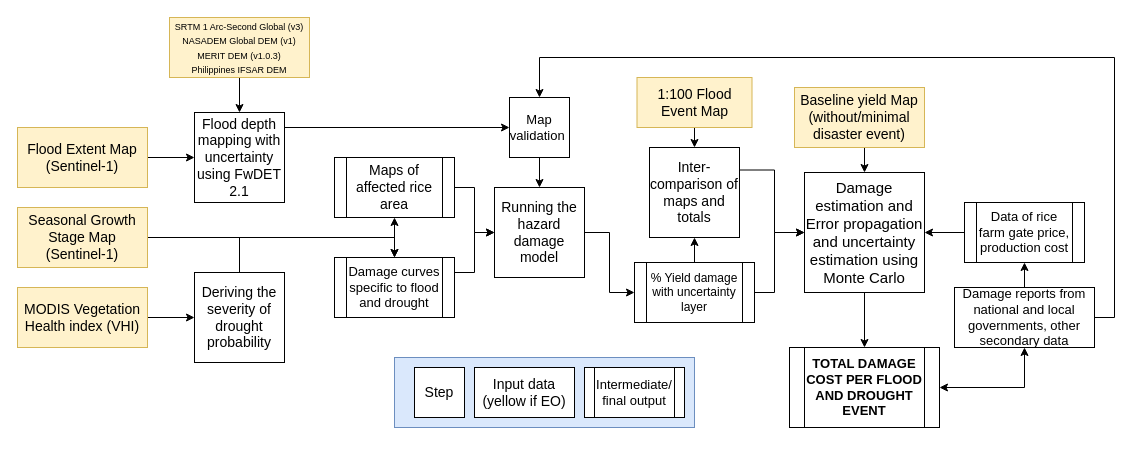
This is fd.drawio from arnanaraza/diagrams, a draw.io file, before an edit. Source tidied: cells renumbered, new cells numbered last; positions are measured from the earlier drawing's top-left corner, leaving out a move shared by most shapes. Both pictures are drawn from the tidied source at 100%, with x=0, y=0 at pixel (17, 17).
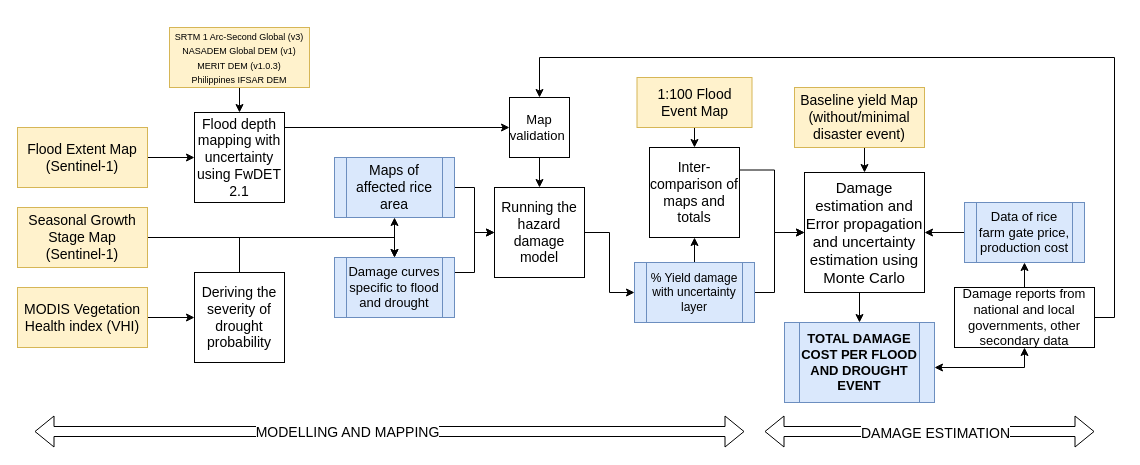
Above is the later version.

Unchanged cells that the change refers to:
```xml
<mxCell id="31" value="&lt;font style=&quot;font-size: 13px;&quot;&gt;Damage reports from national and local governments, other secondary data&lt;/font&gt;" style="rounded=0;whiteSpace=wrap;html=1;" parent="1" vertex="1">
  <mxGeometry x="937" y="270" width="140" height="60" as="geometry" />
</mxCell>
```

What changed in the source:
```diff
@@
     <mxCell id="10" value="&lt;div&gt;&lt;font style=&quot;font-size: 9px;&quot;&gt;SRTM 1 Arc-Second Global (v3)&lt;/font&gt;&lt;/div&gt;&lt;div&gt;&lt;font style=&quot;font-size: 9px;&quot;&gt;NASADEM Global DEM (v1)&lt;/font&gt;&lt;/div&gt;&lt;div&gt;&lt;font style=&quot;font-size: 9px;&quot;&gt;MERIT DEM (v1.0.3)&lt;/font&gt;&lt;/div&gt;&lt;div&gt;&lt;font style=&quot;font-size: 9px;&quot;&gt;Philippines IFSAR DEM&lt;/font&gt;&lt;/div&gt;" style="rounded=0;whiteSpace=wrap;html=1;fillColor=#fff2cc;strokeColor=#d6b656;" parent="1" vertex="1">
-      <mxGeometry x="152" width="140" height="60" as="geometry" />
+      <mxGeometry x="152" y="10" width="140" height="60" as="geometry" />
     </mxCell>
@@
-    <mxCell id="16" value="&lt;font style=&quot;font-size: 13px;&quot;&gt;Damage curves specific to flood and drought&lt;/font&gt;" style="shape=process;whiteSpace=wrap;html=1;backgroundOutline=1;" parent="1" vertex="1">
+    <mxCell id="16" value="&lt;font style=&quot;font-size: 13px;&quot;&gt;Damage curves specific to flood and drought&lt;/font&gt;" style="shape=process;whiteSpace=wrap;html=1;backgroundOutline=1;fillColor=#dae8fc;strokeColor=#6c8ebf;" parent="1" vertex="1">
       <mxGeometry x="317" y="240" width="120" height="60" as="geometry" />
     </mxCell>
@@
-    <mxCell id="20" value="&lt;font style=&quot;font-size: 14px;&quot;&gt;Maps of affected rice area&lt;/font&gt;" style="shape=process;whiteSpace=wrap;html=1;backgroundOutline=1;" parent="1" vertex="1">
+    <mxCell id="20" value="&lt;font style=&quot;font-size: 14px;&quot;&gt;Maps of affected rice area&lt;/font&gt;" style="shape=process;whiteSpace=wrap;html=1;backgroundOutline=1;fillColor=#dae8fc;strokeColor=#6c8ebf;" parent="1" vertex="1">
       <mxGeometry x="317" y="140" width="120" height="60" as="geometry" />
     </mxCell>
@@
-    <mxCell id="23" value="&lt;font&gt;% Yield damage with uncertainty layer&lt;/font&gt;" style="shape=process;whiteSpace=wrap;html=1;backgroundOutline=1;" parent="1" vertex="1">
+    <mxCell id="23" value="&lt;font&gt;% Yield damage with uncertainty layer&lt;/font&gt;" style="shape=process;whiteSpace=wrap;html=1;backgroundOutline=1;fillColor=#dae8fc;strokeColor=#6c8ebf;" parent="1" vertex="1">
       <mxGeometry x="617" y="245" width="120" height="60" as="geometry" />
     </mxCell>
@@
-    <mxCell id="28" style="edgeStyle=orthogonalEdgeStyle;rounded=0;jettySize=auto;html=1;exitX=0.5;exitY=1;exitDx=0;exitDy=0;entryX=1;entryY=0.5;entryDx=0;entryDy=0;startArrow=classic;startFill=1;" parent="1" edge="1" source="31" target="34">
-      <mxGeometry relative="1" as="geometry" />
+    <mxCell id="28" style="edgeStyle=orthogonalEdgeStyle;rounded=0;jettySize=auto;html=1;exitX=0.5;exitY=1;exitDx=0;exitDy=0;startArrow=classic;startFill=1;" parent="1" edge="1" source="31" target="34">
+      <mxGeometry relative="1" as="geometry">
+        <Array as="points">
+          <mxPoint x="1007" y="350" />
+        </Array>
+      </mxGeometry>
     </mxCell>
@@
-    <mxCell id="33" value="&lt;font style=&quot;font-size: 13px;&quot;&gt;Data of rice farm gate price, production cost&lt;/font&gt;" style="shape=process;whiteSpace=wrap;html=1;backgroundOutline=1;" parent="1" vertex="1">
+    <mxCell id="33" value="&lt;font style=&quot;font-size: 13px;&quot;&gt;Data of rice farm gate price, production cost&lt;/font&gt;" style="shape=process;whiteSpace=wrap;html=1;backgroundOutline=1;fillColor=#dae8fc;strokeColor=#6c8ebf;" parent="1" vertex="1">
       <mxGeometry x="947" y="185" width="120" height="60" as="geometry" />
     </mxCell>
-    <mxCell id="34" value="&lt;font style=&quot;font-size: 13px;&quot;&gt;&lt;b&gt;TOTAL DAMAGE COST PER FLOOD AND DROUGHT EVENT&lt;/b&gt;&lt;/font&gt;" style="shape=process;whiteSpace=wrap;html=1;backgroundOutline=1;" parent="1" vertex="1">
-      <mxGeometry x="772" y="330" width="150" height="80" as="geometry" />
+    <mxCell id="34" value="&lt;font style=&quot;font-size: 13px;&quot;&gt;&lt;b&gt;TOTAL DAMAGE COST PER FLOOD AND DROUGHT EVENT&lt;/b&gt;&lt;/font&gt;" style="shape=process;whiteSpace=wrap;html=1;backgroundOutline=1;fillColor=#dae8fc;strokeColor=#6c8ebf;" parent="1" vertex="1">
+      <mxGeometry x="767" y="305" width="150" height="80" as="geometry" />
     </mxCell>
@@
-    <mxCell id="37" style="group;" parent="1" vertex="1">
-      <mxGeometry x="377" y="340" width="300" height="70" as="geometry" />
-    </mxCell>
-    <mxCell id="38" style="rounded=0;whiteSpace=wrap;html=1;labelBackgroundColor=default;fillColor=#dae8fc;strokeColor=#6c8ebf;" parent="37" vertex="1">
-      <mxGeometry width="300" height="70" as="geometry" />
-    </mxCell>
-    <mxCell id="39" value="&lt;font style=&quot;font-size: 14px;&quot;&gt;Input data (yellow if EO)&lt;/font&gt;" style="rounded=0;whiteSpace=wrap;html=1;" parent="37" vertex="1">
-      <mxGeometry x="80" y="10" width="100" height="50" as="geometry" />
-    </mxCell>
-    <mxCell id="40" value="&lt;font style=&quot;font-size: 13px;&quot;&gt;Intermediate/ final output&lt;/font&gt;" style="shape=process;whiteSpace=wrap;html=1;backgroundOutline=1;" parent="37" vertex="1">
-      <mxGeometry x="190" y="10" width="100" height="50" as="geometry" />
-    </mxCell>
-    <mxCell id="41" value="&lt;font style=&quot;font-size: 14px;&quot;&gt;Step&lt;/font&gt;" style="whiteSpace=wrap;html=1;" parent="37" vertex="1">
-      <mxGeometry x="20" y="10" width="50" height="50" as="geometry" />
-    </mxCell>
@@
+    <mxCell id="46" style="shape=flexArrow;endArrow=classic;startArrow=classic;html=1;rounded=0;" parent="1" edge="1">
+      <mxGeometry relative="1" as="geometry">
+        <mxPoint x="17" y="414" as="sourcePoint" />
+        <mxPoint x="727" y="414" as="targetPoint" />
+      </mxGeometry>
+    </mxCell>
+    <mxCell id="47" value="MODELLING AND MAPPING" style="edgeLabel;html=1;align=center;verticalAlign=middle;fontSize=14;" parent="46" vertex="1">
+      <mxGeometry x="-0.12" relative="1" as="geometry" />
+    </mxCell>
+    <mxCell id="48" style="shape=flexArrow;endArrow=classic;startArrow=classic;html=1;rounded=0;" parent="1" edge="1">
+      <mxGeometry relative="1" as="geometry">
+        <mxPoint x="747" y="414" as="sourcePoint" />
+        <mxPoint x="1077" y="414" as="targetPoint" />
+      </mxGeometry>
+    </mxCell>
+    <mxCell id="49" value="DAMAGE ESTIMATION" style="edgeLabel;html=1;align=center;verticalAlign=middle;fontSize=14;" parent="48" vertex="1">
+      <mxGeometry x="0.03" y="-1" relative="1" as="geometry" />
+    </mxCell>
```
